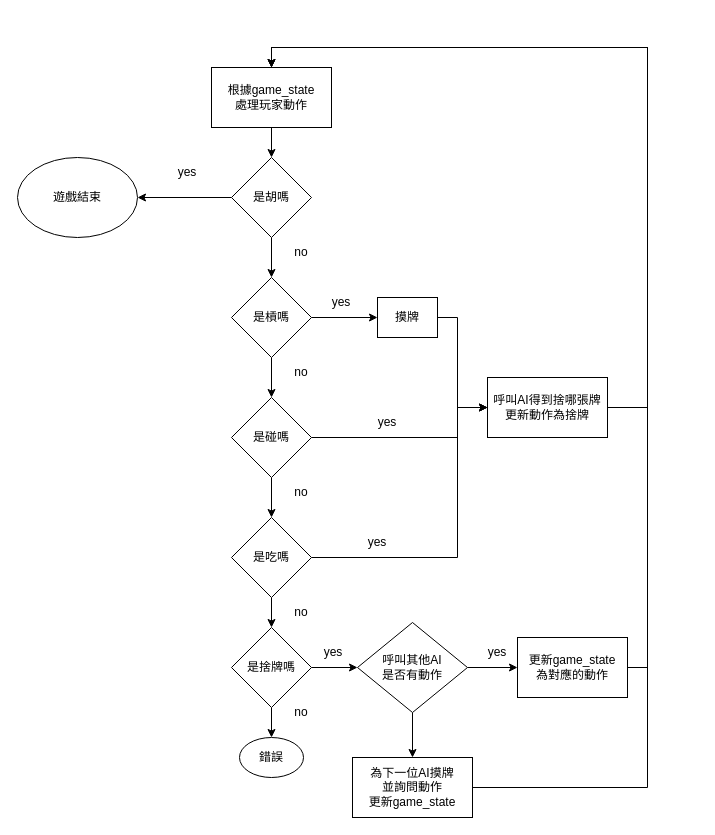
dkdoeoeo/senior-project keeps this draw.io diagram as 報告用圖表/產學視覺化流程圖.drawio. Above is the earlier version. Source tidied: cells renumbered, new cells numbered last; positions are measured from the earlier drawing's top-left corner, leaving out a move shared by most shapes. Both pictures are drawn from the tidied source at 100%, with x=0, y=0 at pixel (17, 47).
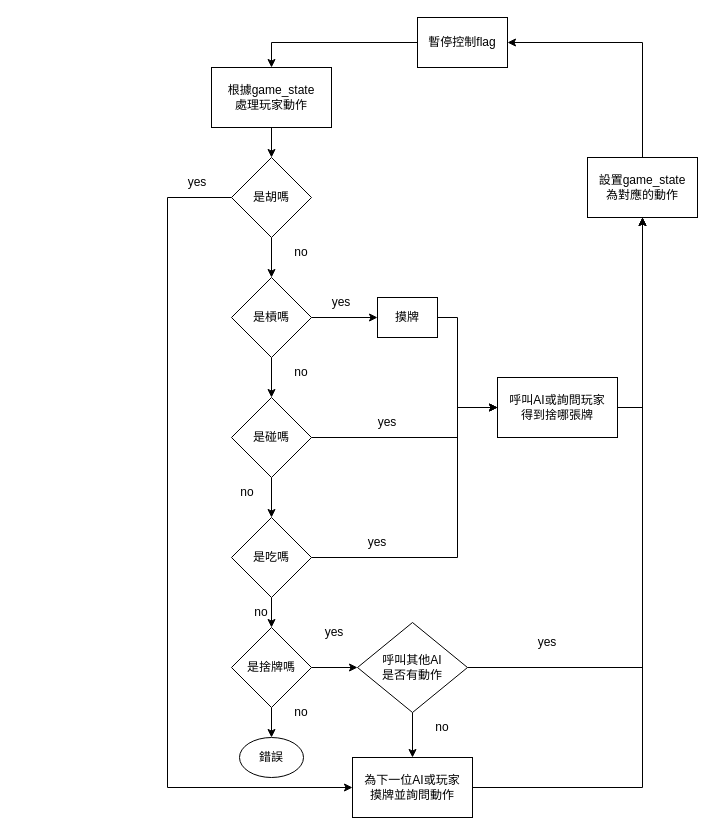
Above is the later version.

Unchanged cells that the change refers to:
```xml
<mxCell id="3" value="根據game_state&lt;br&gt;處理玩家動作" style="rounded=0;whiteSpace=wrap;html=1;" parent="1" vertex="1">
  <mxGeometry x="194" y="20" width="120" height="60" as="geometry" />
</mxCell>
<mxCell id="6" value="是胡嗎" style="rhombus;whiteSpace=wrap;html=1;" parent="1" vertex="1">
  <mxGeometry x="214" y="110" width="80" height="80" as="geometry" />
</mxCell>
<mxCell id="36" value="呼叫其他AI&lt;div&gt;是否有動作&lt;/div&gt;" style="rhombus;whiteSpace=wrap;html=1;" parent="1" vertex="1">
  <mxGeometry x="340" y="575" width="110" height="90" as="geometry" />
</mxCell>
```

Diff of the diagram source:
```diff
@@
-    <mxCell id="5" style="edgeStyle=orthogonalEdgeStyle;rounded=0;jettySize=auto;html=1;exitX=0;exitY=0.5;exitDx=0;exitDy=0;entryX=1;entryY=0.5;entryDx=0;entryDy=0;" parent="1" edge="1" source="6" target="7">
-      <mxGeometry relative="1" as="geometry" />
+    <mxCell id="5" style="edgeStyle=orthogonalEdgeStyle;rounded=0;jettySize=auto;html=1;exitX=0;exitY=0.5;exitDx=0;exitDy=0;entryX=0;entryY=0.5;entryDx=0;entryDy=0;" parent="1" edge="1" source="6" target="42">
+      <mxGeometry relative="1" as="geometry">
+        <Array as="points">
+          <mxPoint x="150" y="150" />
+          <mxPoint x="150" y="740" />
+        </Array>
+      </mxGeometry>
     </mxCell>
@@
-    <mxCell id="7" value="遊戲結束" style="ellipse;whiteSpace=wrap;html=1;" parent="1" vertex="1">
-      <mxGeometry y="110" width="120" height="80" as="geometry" />
-    </mxCell>
     <mxCell id="8" value="yes" style="text;html=1;align=center;verticalAlign=middle;whiteSpace=wrap;rounded=0;" parent="1" vertex="1">
-      <mxGeometry x="140" y="110" width="60" height="30" as="geometry" />
+      <mxGeometry x="150" y="120" width="60" height="30" as="geometry" />
     </mxCell>
@@
-    <mxCell id="26" style="edgeStyle=orthogonalEdgeStyle;rounded=0;jettySize=auto;html=1;entryX=0.5;entryY=0;entryDx=0;entryDy=0;" parent="1" edge="1" source="27" target="3">
-      <mxGeometry relative="1" as="geometry">
-        <Array as="points">
-          <mxPoint x="630" y="360" />
-          <mxPoint x="630" />
-          <mxPoint x="254" />
-        </Array>
-      </mxGeometry>
-    </mxCell>
+    <mxCell id="43" style="edgeStyle=orthogonalEdgeStyle;rounded=0;jettySize=auto;html=1;entryX=0.5;entryY=1;entryDx=0;entryDy=0;" parent="1" edge="1" source="27" target="50">
+      <mxGeometry relative="1" as="geometry">
+        <Array as="points">
+          <mxPoint x="625" y="360" />
+        </Array>
+      </mxGeometry>
+    </mxCell>
-    <mxCell id="27" value="呼叫AI得到捨哪張牌&lt;div&gt;更新動作為捨牌&lt;/div&gt;" style="rounded=0;whiteSpace=wrap;html=1;" parent="1" vertex="1">
-      <mxGeometry x="470" y="330" width="120" height="60" as="geometry" />
+    <mxCell id="27" value="呼叫AI或詢問玩家&lt;div&gt;得到捨哪張牌&lt;/div&gt;" style="rounded=0;whiteSpace=wrap;html=1;" parent="1" vertex="1">
+      <mxGeometry x="480" y="330" width="120" height="60" as="geometry" />
     </mxCell>
@@
     <mxCell id="29" value="no" style="text;html=1;align=center;verticalAlign=middle;whiteSpace=wrap;rounded=0;" parent="1" vertex="1">
-      <mxGeometry x="254" y="430" width="60" height="30" as="geometry" />
+      <mxGeometry x="200" y="430" width="60" height="30" as="geometry" />
     </mxCell>
@@
     <mxCell id="31" value="no" style="text;html=1;align=center;verticalAlign=middle;whiteSpace=wrap;rounded=0;" parent="1" vertex="1">
-      <mxGeometry x="254" y="550" width="60" height="30" as="geometry" />
+      <mxGeometry x="214" y="550" width="60" height="30" as="geometry" />
     </mxCell>
@@
-    <mxCell id="34" style="edgeStyle=orthogonalEdgeStyle;rounded=0;jettySize=auto;html=1;exitX=1;exitY=0.5;exitDx=0;exitDy=0;entryX=0;entryY=0.5;entryDx=0;entryDy=0;" parent="1" edge="1" source="36" target="39">
-      <mxGeometry relative="1" as="geometry" />
-    </mxCell>
@@
+    <mxCell id="44" style="edgeStyle=orthogonalEdgeStyle;rounded=0;jettySize=auto;html=1;exitX=1;exitY=0.5;exitDx=0;exitDy=0;entryX=0.5;entryY=1;entryDx=0;entryDy=0;" parent="1" edge="1" source="36" target="50">
+      <mxGeometry relative="1" as="geometry" />
+    </mxCell>
@@
     <mxCell id="37" value="yes" style="text;html=1;align=center;verticalAlign=middle;whiteSpace=wrap;rounded=0;" parent="1" vertex="1">
-      <mxGeometry x="286" y="590" width="60" height="30" as="geometry" />
+      <mxGeometry x="280" y="570" width="74" height="30" as="geometry" />
     </mxCell>
-    <mxCell id="38" style="edgeStyle=orthogonalEdgeStyle;rounded=0;jettySize=auto;html=1;entryX=0.5;entryY=0;entryDx=0;entryDy=0;" parent="1" edge="1" source="39" target="3">
-      <mxGeometry relative="1" as="geometry">
-        <Array as="points">
-          <mxPoint x="630" y="620" />
-          <mxPoint x="630" />
-          <mxPoint x="254" />
-        </Array>
-      </mxGeometry>
-    </mxCell>
-    <mxCell id="39" value="更新game_state&lt;div&gt;為對應的動作&lt;/div&gt;" style="rounded=0;whiteSpace=wrap;html=1;" parent="1" vertex="1">
-      <mxGeometry x="500" y="590" width="110" height="60" as="geometry" />
-    </mxCell>
     <mxCell id="40" value="yes" style="text;html=1;align=center;verticalAlign=middle;whiteSpace=wrap;rounded=0;" parent="1" vertex="1">
-      <mxGeometry x="450" y="590" width="60" height="30" as="geometry" />
+      <mxGeometry x="500" y="580" width="60" height="30" as="geometry" />
     </mxCell>
-    <mxCell id="41" style="edgeStyle=orthogonalEdgeStyle;rounded=0;jettySize=auto;html=1;entryX=0.5;entryY=0;entryDx=0;entryDy=0;" parent="1" edge="1" source="42" target="3">
-      <mxGeometry relative="1" as="geometry">
-        <Array as="points">
-          <mxPoint x="630" y="740" />
-          <mxPoint x="630" />
-          <mxPoint x="254" />
-        </Array>
-      </mxGeometry>
-    </mxCell>
+    <mxCell id="45" style="edgeStyle=orthogonalEdgeStyle;rounded=0;jettySize=auto;html=1;entryX=0.5;entryY=1;entryDx=0;entryDy=0;" parent="1" edge="1" source="42" target="50">
+      <mxGeometry relative="1" as="geometry" />
+    </mxCell>
-    <mxCell id="42" value="為下一位AI摸牌&lt;div&gt;並詢問動作&lt;br&gt;更新game_state&lt;/div&gt;" style="rounded=0;whiteSpace=wrap;html=1;" parent="1" vertex="1">
+    <mxCell id="42" value="為下一位AI或玩家&lt;div&gt;摸牌&lt;span style=&quot;background-color: transparent; color: light-dark(rgb(0, 0, 0), rgb(255, 255, 255));&quot;&gt;並詢問動作&lt;/span&gt;&lt;/div&gt;" style="rounded=0;whiteSpace=wrap;html=1;" parent="1" vertex="1">
       <mxGeometry x="335" y="710" width="120" height="60" as="geometry" />
     </mxCell>
+    <mxCell id="46" style="edgeStyle=orthogonalEdgeStyle;rounded=0;jettySize=auto;html=1;exitX=0;exitY=0.5;exitDx=0;exitDy=0;entryX=0.5;entryY=0;entryDx=0;entryDy=0;" parent="1" edge="1" source="47" target="3">
+      <mxGeometry relative="1" as="geometry" />
+    </mxCell>
+    <mxCell id="47" value="暫停控制flag" style="rounded=0;whiteSpace=wrap;html=1;" parent="1" vertex="1">
+      <mxGeometry x="400" y="-30" width="90" height="50" as="geometry" />
+    </mxCell>
+    <mxCell id="48" value="no" style="text;html=1;align=center;verticalAlign=middle;whiteSpace=wrap;rounded=0;" parent="1" vertex="1">
+      <mxGeometry x="395" y="665" width="60" height="30" as="geometry" />
+    </mxCell>
+    <mxCell id="49" style="edgeStyle=orthogonalEdgeStyle;rounded=0;jettySize=auto;html=1;entryX=1;entryY=0.5;entryDx=0;entryDy=0;" parent="1" edge="1" source="50" target="47">
+      <mxGeometry relative="1" as="geometry">
+        <Array as="points">
+          <mxPoint x="625" y="-5" />
+        </Array>
+      </mxGeometry>
+    </mxCell>
+    <mxCell id="50" value="設置game_state&lt;div&gt;為對應的動作&lt;/div&gt;" style="rounded=0;whiteSpace=wrap;html=1;" parent="1" vertex="1">
+      <mxGeometry x="570" y="110" width="110" height="60" as="geometry" />
+    </mxCell>
```
